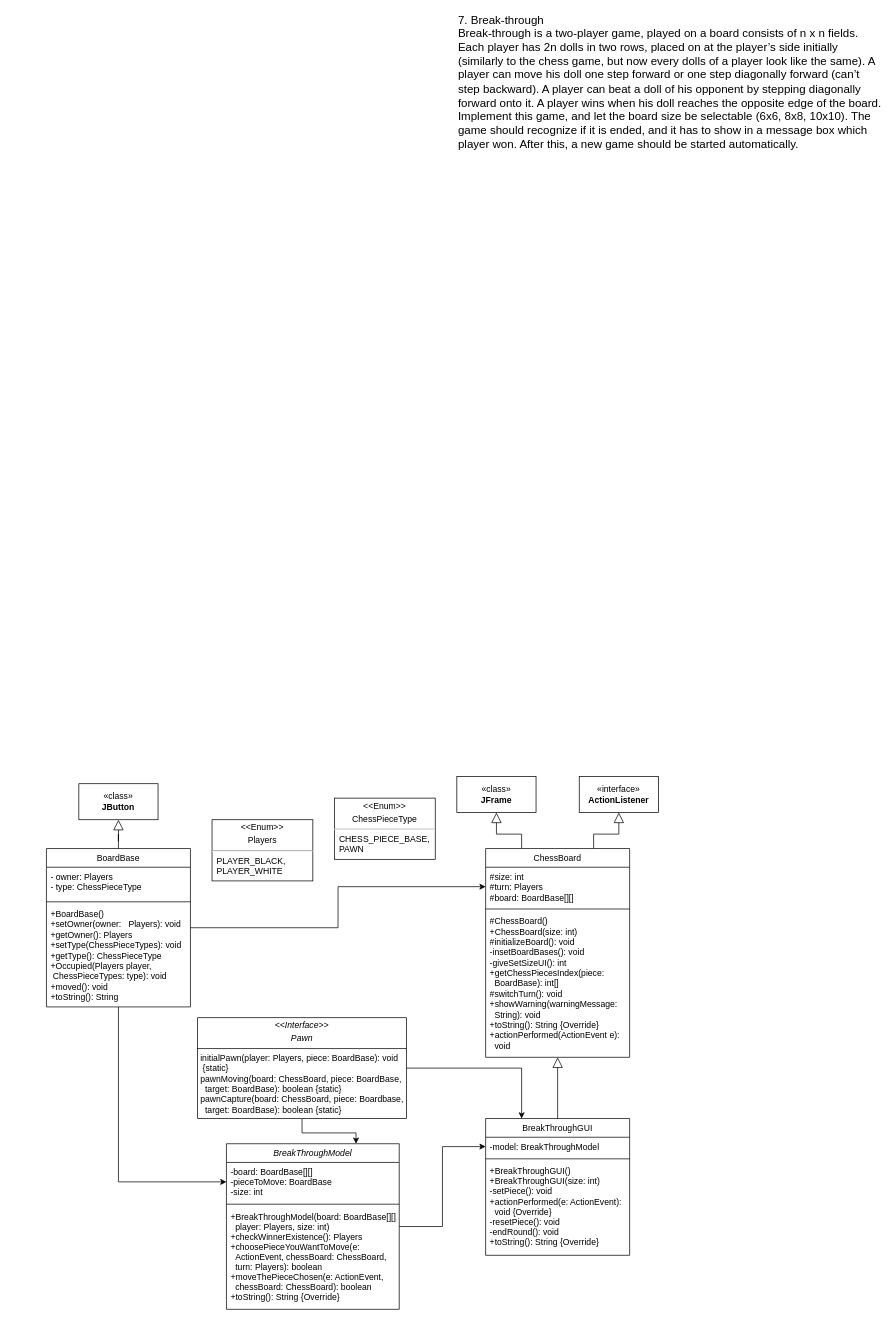
summertx/uml keeps this draw.io diagram as Untitled Diagram.drawio. Above is the earlier version. Source tidied: cells renumbered, new cells numbered last; positions are measured from the earlier drawing's top-left corner, leaving out a move shared by most shapes. Both pictures are drawn from the tidied source at 72%, with x=0, y=0 at pixel (46, 13).
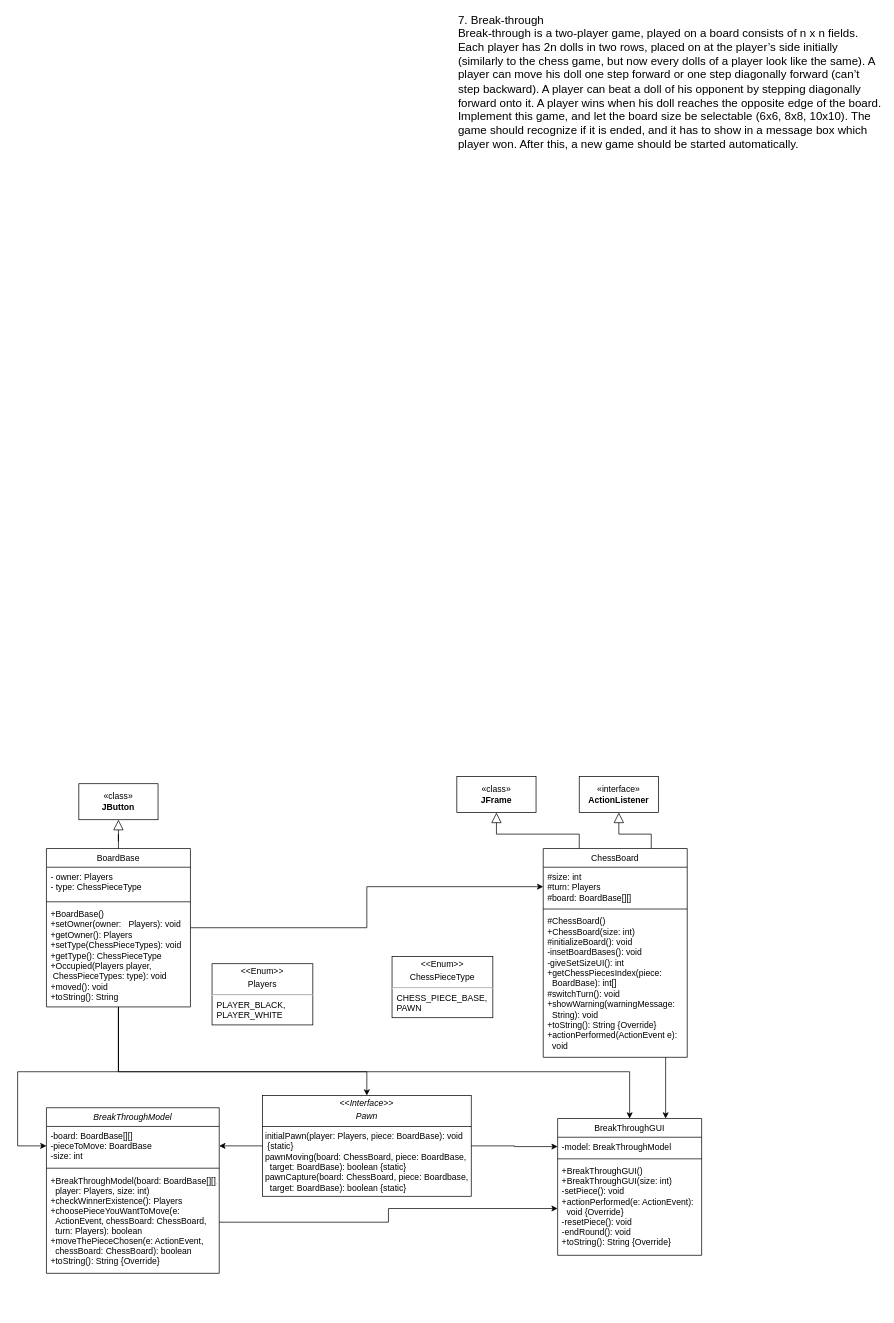
The same page after the edit.

The change refers to these unchanged cells:
```xml
<mxCell id="4" value="-board: BoardBase[][]&#10;-pieceToMove: BoardBase&#10;-size: int" style="text;align=left;verticalAlign=top;spacingLeft=4;spacingRight=4;overflow=hidden;points=[[0,0.5],[1,0.5]];portConstraint=eastwest;rounded=0;shadow=0;html=0;" parent="3" vertex="1">
  <mxGeometry y="26" width="240" height="54" as="geometry" />
</mxCell>
<mxCell id="6" value="+BreakThroughModel(board: BoardBase[][],&#10;  player: Players, size: int)&#10;+checkWinnerExistence(): Players&#10;+choosePieceYouWantToMove(e: &#10;  ActionEvent, chessBoard: ChessBoard, &#10;  turn: Players): boolean&#10;+moveThePieceChosen(e: ActionEvent, &#10;  chessBoard: ChessBoard): boolean&#10;+toString(): String {Override}" style="text;align=left;verticalAlign=top;spacingLeft=4;spacingRight=4;overflow=hidden;points=[[0,0.5],[1,0.5]];portConstraint=eastwest;" parent="3" vertex="1">
  <mxGeometry y="88" width="240" height="142" as="geometry" />
</mxCell>
<mxCell id="8" value="-model: BreakThroughModel" style="text;align=left;verticalAlign=top;spacingLeft=4;spacingRight=4;overflow=hidden;points=[[0,0.5],[1,0.5]];portConstraint=eastwest;" parent="7" vertex="1">
  <mxGeometry y="26" width="200" height="26" as="geometry" />
</mxCell>
<mxCell id="10" value="+BreakThroughGUI()&#10;+BreakThroughGUI(size: int)&#10;-setPiece(): void&#10;+actionPerformed(e: ActionEvent):&#10;  void {Override}&#10;-resetPiece(): void&#10;-endRound(): void&#10;+toString(): String {Override}" style="text;align=left;verticalAlign=top;spacingLeft=4;spacingRight=4;overflow=hidden;points=[[0,0.5],[1,0.5]];portConstraint=eastwest;fontStyle=0;" parent="7" vertex="1">
  <mxGeometry y="60" width="200" height="130" as="geometry" />
</mxCell>
<mxCell id="14" value="&lt;span style=&quot;font-weight: 400;&quot;&gt;BoardBase&lt;/span&gt;&lt;div&gt;&lt;span style=&quot;font-weight: 400;&quot;&gt;&lt;br&gt;&lt;/span&gt;&lt;/div&gt;" style="swimlane;fontStyle=1;align=center;verticalAlign=top;horizontal=1;startSize=26;whiteSpace=wrap;html=1;" parent="1" vertex="1">
  <mxGeometry y="1160" width="200" height="220" as="geometry" />
</mxCell>
<mxCell id="17" value="+BoardBase()&lt;div&gt;+setOwner(owner:&amp;nbsp; &amp;nbsp;Players):&amp;nbsp;&lt;span style=&quot;background-color: initial;&quot;&gt;void&amp;nbsp;&lt;/span&gt;&lt;/div&gt;&lt;div&gt;+getOwner(): Players&lt;/div&gt;&lt;div&gt;+setType(ChessPieceTypes):&amp;nbsp;&lt;span style=&quot;background-color: initial;&quot;&gt;void&lt;/span&gt;&lt;/div&gt;&lt;div&gt;+getType(): ChessPieceType&amp;nbsp;&lt;/div&gt;&lt;div&gt;+Occupied(Players player,&amp;nbsp; &amp;nbsp; &amp;nbsp; &amp;nbsp;ChessPieceTypes: type): void&lt;/div&gt;&lt;div&gt;+moved(): void&lt;/div&gt;&lt;div&gt;+toString(): String&lt;/div&gt;" style="text;strokeColor=none;fillColor=none;align=left;verticalAlign=top;spacingLeft=4;spacingRight=4;overflow=hidden;points=[[0,0.5],[1,0.5]];portConstraint=eastwest;whiteSpace=wrap;html=1;" parent="14" vertex="1">
  <mxGeometry y="78" width="200" height="142" as="geometry" />
</mxCell>
```

Change to the diagram source:
```diff
@@
-    <mxCell id="2" style="edgeStyle=orthogonalEdgeStyle;rounded=0;jettySize=auto;html=1;entryX=0;entryY=0.5;entryDx=0;entryDy=0;" parent="1" edge="1" source="3" target="8">
-      <mxGeometry relative="1" as="geometry" />
-    </mxCell>
     <mxCell id="3" value="BreakThroughModel" style="swimlane;fontStyle=2;align=center;verticalAlign=top;horizontal=1;startSize=26;rounded=0;shadow=0;strokeWidth=1;" parent="1" vertex="1">
-      <mxGeometry x="250" y="1570" width="240" height="230" as="geometry" />
+      <mxGeometry y="1520" width="240" height="230" as="geometry" />
     </mxCell>
@@
     <mxCell id="7" value="BreakThroughGUI&#10;" style="swimlane;fontStyle=0;align=center;verticalAlign=top;horizontal=1;startSize=26;rounded=0;shadow=0;strokeWidth=1;" parent="1" vertex="1">
-      <mxGeometry x="610" y="1535" width="200" height="190" as="geometry" />
+      <mxGeometry x="710" y="1535" width="200" height="190" as="geometry" />
     </mxCell>
@@
     <mxCell id="13" style="edgeStyle=orthogonalEdgeStyle;rounded=0;jettySize=auto;html=1;entryX=0;entryY=0.5;entryDx=0;entryDy=0;" parent="1" edge="1" source="14" target="4">
-      <mxGeometry relative="1" as="geometry" />
+      <mxGeometry relative="1" as="geometry">
+        <Array as="points">
+          <mxPoint x="100" y="1470" />
+          <mxPoint x="-40" y="1470" />
+          <mxPoint x="-40" y="1573" />
+        </Array>
+      </mxGeometry>
     </mxCell>
@@
-    <mxCell id="18" style="edgeStyle=orthogonalEdgeStyle;rounded=0;jettySize=auto;html=1;entryX=0.75;entryY=0;entryDx=0;entryDy=0;" parent="1" edge="1" source="20" target="3">
-      <mxGeometry relative="1" as="geometry" />
-    </mxCell>
-    <mxCell id="19" style="edgeStyle=orthogonalEdgeStyle;rounded=0;jettySize=auto;html=1;entryX=0.25;entryY=0;entryDx=0;entryDy=0;" parent="1" edge="1" source="20" target="7">
-      <mxGeometry relative="1" as="geometry" />
-    </mxCell>
+    <mxCell id="34" style="edgeStyle=orthogonalEdgeStyle;rounded=0;jettySize=auto;html=1;entryX=1;entryY=0.5;entryDx=0;entryDy=0;" parent="1" edge="1" source="20" target="4">
+      <mxGeometry relative="1" as="geometry" />
+    </mxCell>
+    <mxCell id="35" style="edgeStyle=orthogonalEdgeStyle;rounded=0;jettySize=auto;html=1;entryX=0;entryY=0.5;entryDx=0;entryDy=0;" parent="1" edge="1" source="20" target="8">
+      <mxGeometry relative="1" as="geometry" />
+    </mxCell>
     <mxCell id="20" value="&lt;p style=&quot;margin:0px;margin-top:4px;text-align:center;&quot;&gt;&lt;i&gt;&amp;lt;&amp;lt;Interface&amp;gt;&amp;gt;&lt;/i&gt;&lt;br&gt;&lt;/p&gt;&lt;p style=&quot;margin:0px;margin-top:4px;text-align:center;&quot;&gt;&lt;i style=&quot;&quot;&gt;Pawn&lt;/i&gt;&lt;/p&gt;&lt;hr size=&quot;1&quot; style=&quot;border-style:solid;&quot;&gt;&lt;p style=&quot;margin:0px;margin-left:4px;&quot;&gt;initialPawn(player: Players, piece: BoardBase): void&amp;nbsp; &amp;nbsp; &amp;nbsp;{static}&lt;br&gt;pawnMoving(board: ChessBoard, piece: BoardBase,&amp;nbsp; &amp;nbsp; target: BoardBase): boolean {static}&lt;/p&gt;&lt;p style=&quot;margin:0px;margin-left:4px;&quot;&gt;pawnCapture(board: ChessBoard, piece: Boardbase,&amp;nbsp; &amp;nbsp; target: BoardBase): boolean {static}&lt;/p&gt;" style="verticalAlign=top;align=left;overflow=fill;html=1;whiteSpace=wrap;" parent="1" vertex="1">
-      <mxGeometry x="210" y="1395" width="290" height="140" as="geometry" />
+      <mxGeometry x="300" y="1503" width="290" height="140" as="geometry" />
     </mxCell>
     <mxCell id="21" value="&lt;p style=&quot;margin:0px;margin-top:4px;text-align:center;&quot;&gt;&amp;lt;&amp;lt;Enum&amp;gt;&amp;gt;&lt;/p&gt;&lt;p style=&quot;margin:0px;margin-top:4px;text-align:center;&quot;&gt;Players&lt;/p&gt;&lt;hr&gt;&amp;nbsp; PLAYER_BLACK,&lt;div&gt;&amp;nbsp; PLAYER_WHITE&lt;br&gt;&lt;div&gt;&lt;br&gt;&lt;/div&gt;&lt;div&gt;&lt;br&gt;&lt;/div&gt;&lt;/div&gt;" style="verticalAlign=top;align=left;overflow=fill;html=1;whiteSpace=wrap;" parent="1" vertex="1">
-      <mxGeometry x="230" y="1120" width="140" height="85" as="geometry" />
+      <mxGeometry x="230" y="1320" width="140" height="85" as="geometry" />
     </mxCell>
     <mxCell id="22" value="&lt;p style=&quot;margin:0px;margin-top:4px;text-align:center;&quot;&gt;&amp;lt;&amp;lt;Enum&amp;gt;&amp;gt;&lt;/p&gt;&lt;p style=&quot;margin:0px;margin-top:4px;text-align:center;&quot;&gt;ChessPieceType&lt;/p&gt;&lt;hr&gt;&amp;nbsp; CHESS_PIECE_BASE,&lt;div&gt;&amp;nbsp; PAWN&lt;br&gt;&lt;div&gt;&lt;br&gt;&lt;/div&gt;&lt;div&gt;&lt;br&gt;&lt;/div&gt;&lt;/div&gt;" style="verticalAlign=top;align=left;overflow=fill;html=1;whiteSpace=wrap;" parent="1" vertex="1">
-      <mxGeometry x="400" y="1090" width="140" height="85" as="geometry" />
+      <mxGeometry x="480" y="1310" width="140" height="85" as="geometry" />
     </mxCell>
@@
-    <mxCell id="29" style="edgeStyle=orthogonalEdgeStyle;rounded=0;jettySize=auto;html=1;entryX=0.5;entryY=0;entryDx=0;entryDy=0;endArrow=none;endFill=0;startArrow=block;startFill=0;endSize=6;startSize=12;" parent="1" edge="1" source="30" target="7">
-      <mxGeometry relative="1" as="geometry" />
+    <mxCell id="29" style="edgeStyle=orthogonalEdgeStyle;rounded=0;jettySize=auto;html=1;entryX=0.75;entryY=0;entryDx=0;entryDy=0;" parent="1" edge="1" source="30" target="7">
+      <mxGeometry relative="1" as="geometry">
+        <Array as="points">
+          <mxPoint x="860" y="1470" />
+          <mxPoint x="860" y="1470" />
+        </Array>
+      </mxGeometry>
     </mxCell>
     <mxCell id="30" value="&lt;span style=&quot;font-weight: normal;&quot;&gt;ChessBoard&lt;/span&gt;" style="swimlane;fontStyle=1;align=center;verticalAlign=top;horizontal=1;startSize=26;whiteSpace=wrap;html=1;" parent="1" vertex="1">
-      <mxGeometry x="610" y="1160" width="200" height="290" as="geometry" />
+      <mxGeometry x="690" y="1160" width="200" height="290" as="geometry" />
     </mxCell>
@@
+    <mxCell id="36" style="edgeStyle=orthogonalEdgeStyle;rounded=0;jettySize=auto;html=1;entryX=0;entryY=0.5;entryDx=0;entryDy=0;" parent="1" edge="1" source="6" target="10">
+      <mxGeometry relative="1" as="geometry" />
+    </mxCell>
+    <mxCell id="37" style="edgeStyle=orthogonalEdgeStyle;rounded=0;jettySize=auto;html=1;entryX=0.5;entryY=0;entryDx=0;entryDy=0;" parent="1" edge="1" source="17" target="7">
+      <mxGeometry relative="1" as="geometry">
+        <Array as="points">
+          <mxPoint x="100" y="1470" />
+          <mxPoint x="810" y="1470" />
+        </Array>
+      </mxGeometry>
+    </mxCell>
+    <mxCell id="38" style="edgeStyle=orthogonalEdgeStyle;rounded=0;jettySize=auto;html=1;entryX=0.5;entryY=0;entryDx=0;entryDy=0;" parent="1" edge="1" source="17" target="20">
+      <mxGeometry relative="1" as="geometry">
+        <Array as="points">
+          <mxPoint x="100" y="1470" />
+          <mxPoint x="445" y="1470" />
+        </Array>
+      </mxGeometry>
+    </mxCell>
```
